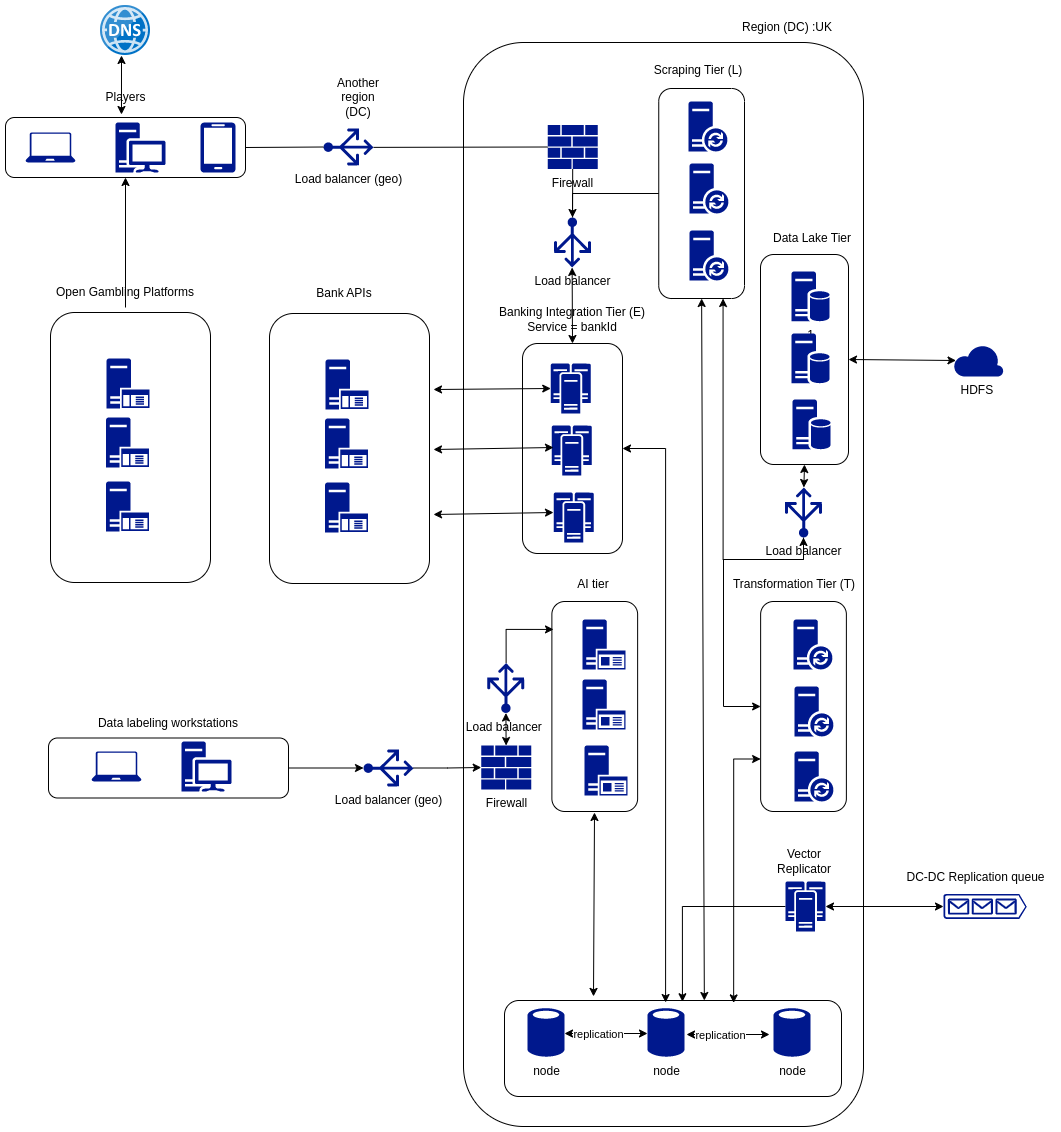
hkravtsov/affordability keeps this draw.io diagram as pictures/player_risk_score.drawio.png. Above is the earlier version. Source tidied: cells renumbered, new cells last; positions are measured from the earlier drawing's top-left corner, leaving out a move shared by most shapes.
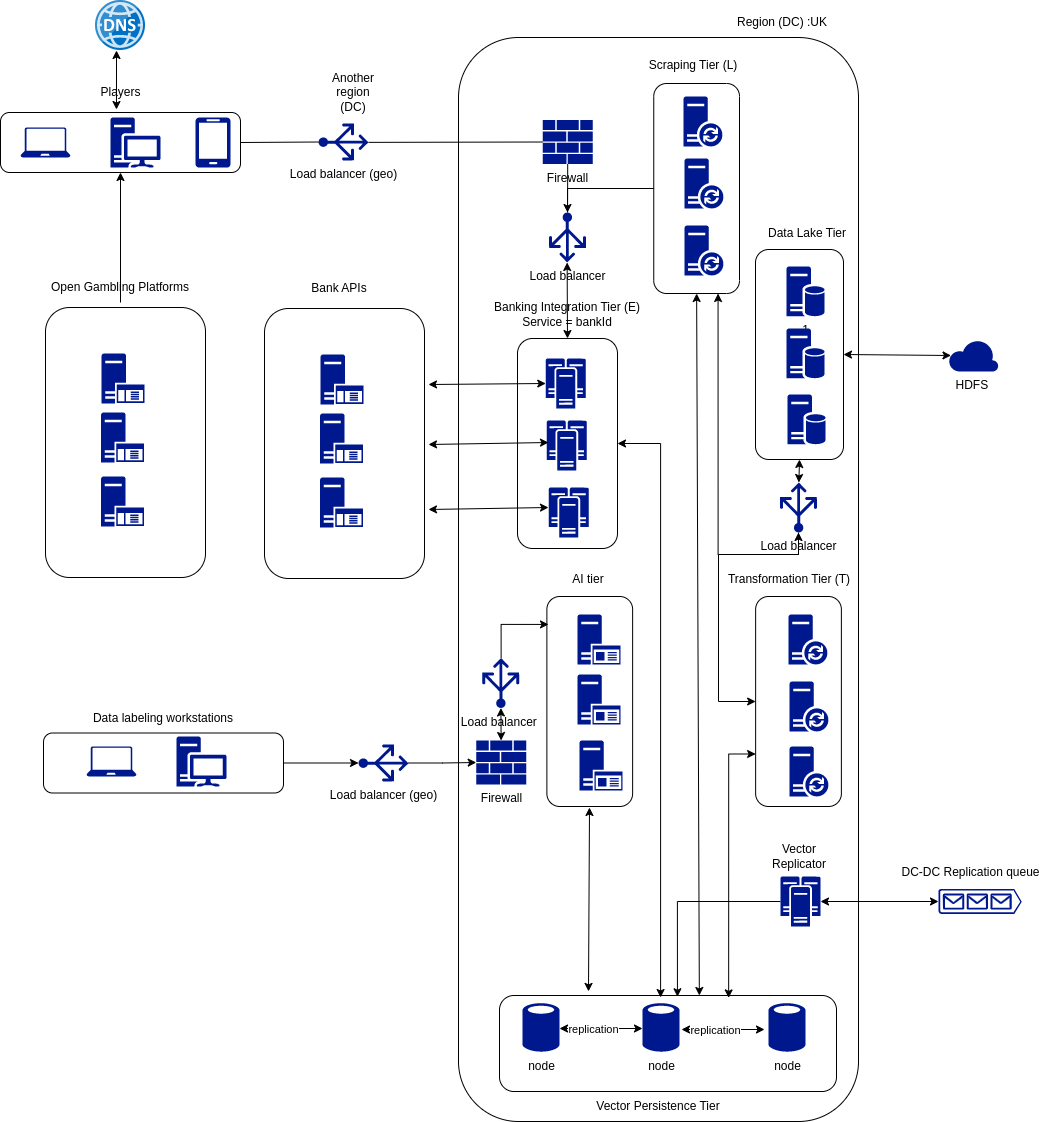
Later version of the same file.

Commit message:
Architectural design - 10

Change to the diagram source:
```diff
@@ -314,5 +314,8 @@
     <mxCell id="94" value="Vector Replicator" style="text;html=1;align=center;verticalAlign=middle;whiteSpace=wrap;rounded=0;" parent="1" vertex="1">
       <mxGeometry x="769" y="841" width="60" height="30" as="geometry" />
     </mxCell>
+    <mxCell id="95" value="Vector Persistence Tier" style="text;html=1;align=center;verticalAlign=middle;whiteSpace=wrap;rounded=0;" parent="1" vertex="1">
+      <mxGeometry x="588" y="1091" width="140" height="30" as="geometry" />
+    </mxCell>
   </root>
 </mxGraphModel>
```
